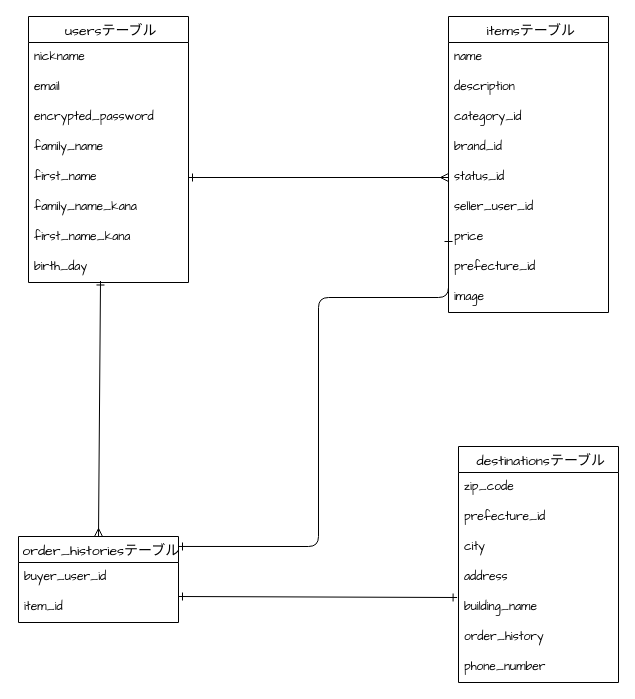
Above: app/views/test.dio in Kaomaruko/furima-40267 (draw.io), before the change. Source tidied: cells renumbered, new cells numbered last; positions are measured from the earlier drawing's top-left corner, leaving out a move shared by most shapes. Both pictures are drawn from the tidied source at 100%, with x=0, y=0 at pixel (18, 16).
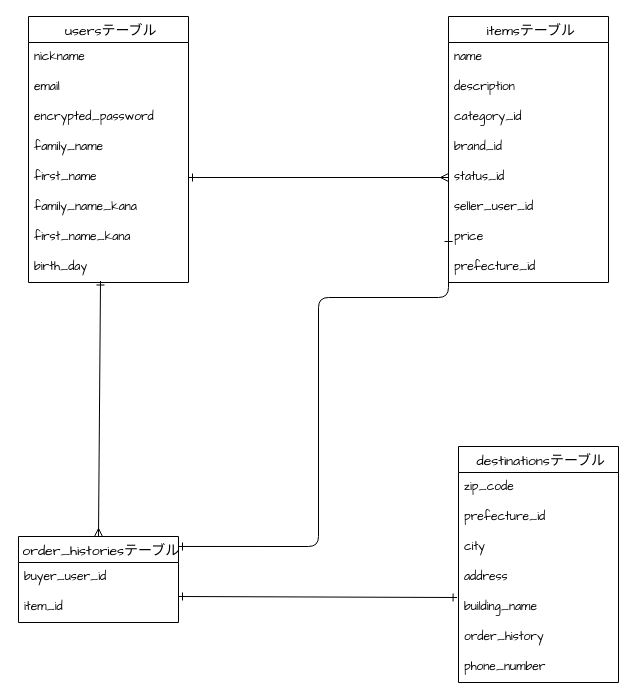
The same page after the edit.

Commit message (it also covers changes not shown here):
データベース設計3

Change to the diagram source:
```diff
@@
     <mxCell id="11" value=" itemsテーブル" style="swimlane;fontStyle=0;horizontal=1;startSize=26;align=center;fontSize=14;hachureGap=4;fontFamily=Architects Daughter;" parent="1" vertex="1">
-      <mxGeometry x="430" width="160" height="296" as="geometry" />
+      <mxGeometry x="430" width="160" height="266" as="geometry" />
     </mxCell>
@@
-    <mxCell id="20" value="image" style="text;strokeColor=none;fillColor=none;spacingLeft=4;spacingRight=4;overflow=hidden;fontSize=12;hachureGap=4;fontFamily=Architects Daughter;" parent="11" vertex="1">
-      <mxGeometry y="266" width="160" height="30" as="geometry" />
-    </mxCell>
```
